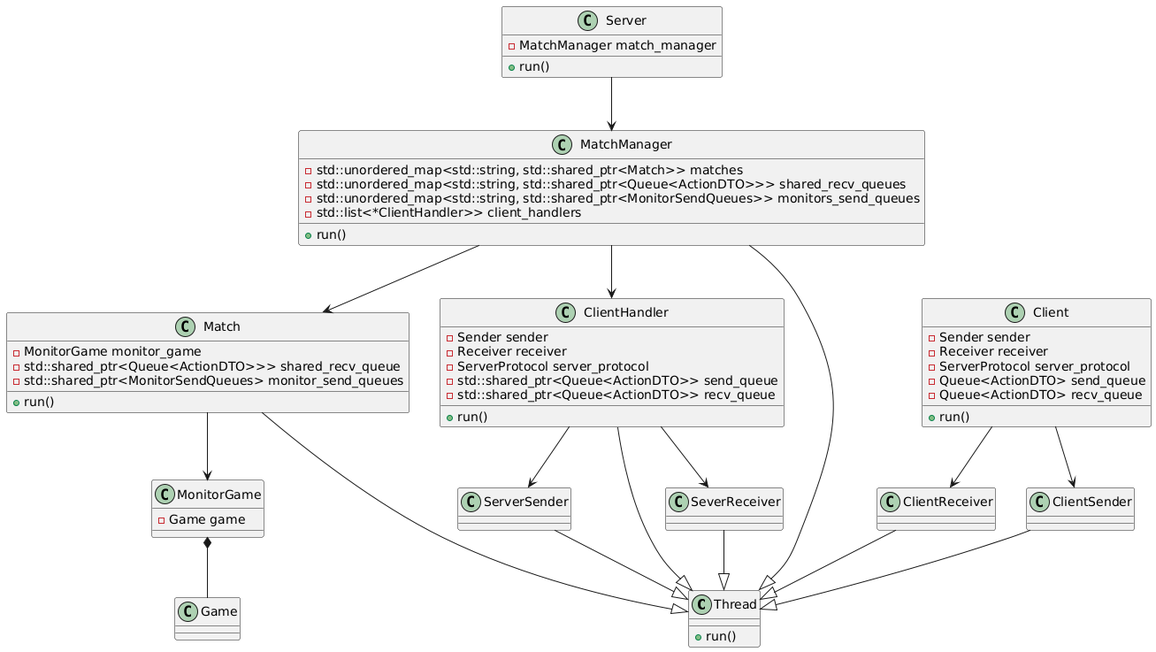
The PlantUML diagram doc/img/architecture.png in caroracedo/counterstrike2d-2025c1-grupo2, before a commit. The source it was exported from:
```plantuml
@startuml
class Thread {
    + run()
}

class Client {
    - Sender sender
    - Receiver receiver
    - ServerProtocol server_protocol
    - Queue<ActionDTO> send_queue
    - Queue<ActionDTO> recv_queue
    + run()
}

class Server {
    - MatchManager match_manager
    + run()
}

class MatchManager {
    - std::unordered_map<std::string, std::shared_ptr<Match>> matches
    - std::unordered_map<std::string, std::shared_ptr<Queue<ActionDTO>>> shared_recv_queues
    - std::unordered_map<std::string, std::shared_ptr<MonitorSendQueues>> monitors_send_queues
    - std::list<*ClientHandler>> client_handlers
    + run()
}

class ClientHandler {
    - Sender sender
    - Receiver receiver
    - ServerProtocol server_protocol
    - std::shared_ptr<Queue<ActionDTO>> send_queue
    - std::shared_ptr<Queue<ActionDTO>> recv_queue
    + run()
}

class Match {
    - MonitorGame monitor_game
    - std::shared_ptr<Queue<ActionDTO>>> shared_recv_queue
    - std::shared_ptr<MonitorSendQueues> monitor_send_queues
    + run()
}

class MonitorGame {
    - Game game
}

MonitorGame *-- Game
Match --> MonitorGame
MatchManager --> Match
MatchManager --> ClientHandler
ClientHandler --> SeverReceiver
ClientHandler --> ServerSender
Server --> MatchManager
Client --> ClientReceiver
Client --> ClientSender

ClientHandler --|> Thread
Match --|> Thread
MatchManager --|> Thread
ClientReceiver --|> Thread
ClientSender --|> Thread
SeverReceiver --|> Thread
ServerSender --|> Thread
@enduml
```
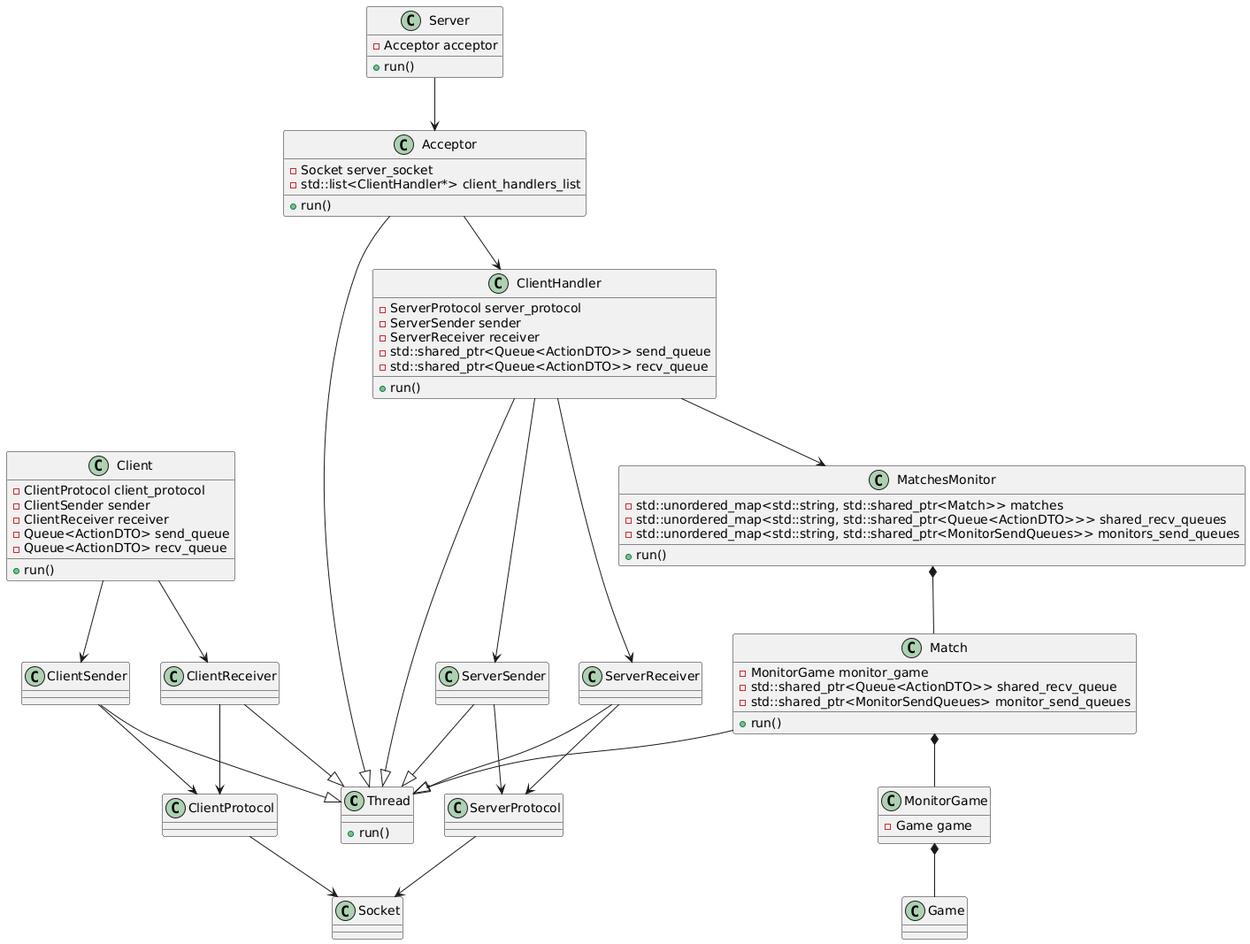
The same file after the commit.

Commit message:
Nueva versión doc técnica arquitectura cliente-servidor

What changed in the source:
```diff
@@ -4,31 +4,29 @@
 }
 
 class Client {
-    - Sender sender
-    - Receiver receiver
-    - ServerProtocol server_protocol
+    - ClientProtocol client_protocol
+    - ClientSender sender
+    - ClientReceiver receiver
     - Queue<ActionDTO> send_queue
     - Queue<ActionDTO> recv_queue
     + run()
 }
 
 class Server {
-    - MatchManager match_manager
+    - Acceptor acceptor
     + run()
 }
 
-class MatchManager {
-    - std::unordered_map<std::string, std::shared_ptr<Match>> matches
-    - std::unordered_map<std::string, std::shared_ptr<Queue<ActionDTO>>> shared_recv_queues
-    - std::unordered_map<std::string, std::shared_ptr<MonitorSendQueues>> monitors_send_queues
-    - std::list<*ClientHandler>> client_handlers
+class Acceptor {
+    - Socket server_socket
+    - std::list<ClientHandler*> client_handlers_list
     + run()
 }
 
 class ClientHandler {
-    - Sender sender
-    - Receiver receiver
     - ServerProtocol server_protocol
+    - ServerSender sender
+    - ServerReceiver receiver
     - std::shared_ptr<Queue<ActionDTO>> send_queue
     - std::shared_ptr<Queue<ActionDTO>> recv_queue
     + run()
@@ -36,8 +34,15 @@
 
 class Match {
     - MonitorGame monitor_game
-    - std::shared_ptr<Queue<ActionDTO>>> shared_recv_queue
+    - std::shared_ptr<Queue<ActionDTO>> shared_recv_queue
     - std::shared_ptr<MonitorSendQueues> monitor_send_queues
+    + run()
+}
+
+class MatchesMonitor {
+    - std::unordered_map<std::string, std::shared_ptr<Match>> matches
+    - std::unordered_map<std::string, std::shared_ptr<Queue<ActionDTO>>> shared_recv_queues
+    - std::unordered_map<std::string, std::shared_ptr<MonitorSendQueues>> monitors_send_queues
     + run()
 }
 
@@ -46,20 +51,29 @@
 }
 
 MonitorGame *-- Game
-Match --> MonitorGame
-MatchManager --> Match
-MatchManager --> ClientHandler
-ClientHandler --> SeverReceiver
+MatchesMonitor *-- Match
+Match *-- MonitorGame
+
+Server --> Acceptor
+Acceptor --> ClientHandler
+ClientHandler --> MatchesMonitor
+ClientHandler --> ServerReceiver
 ClientHandler --> ServerSender
-Server --> MatchManager
+ServerReceiver --> ServerProtocol
+ServerSender --> ServerProtocol
+ServerProtocol --> Socket
+
 Client --> ClientReceiver
 Client --> ClientSender
+ClientReceiver --> ClientProtocol
+ClientSender --> ClientProtocol
+ClientProtocol --> Socket
 
+Acceptor --|> Thread
 ClientHandler --|> Thread
 Match --|> Thread
-MatchManager --|> Thread
+ServerReceiver --|> Thread
+ServerSender --|> Thread
 ClientReceiver --|> Thread
 ClientSender --|> Thread
-SeverReceiver --|> Thread
-ServerSender --|> Thread
 @enduml
```
